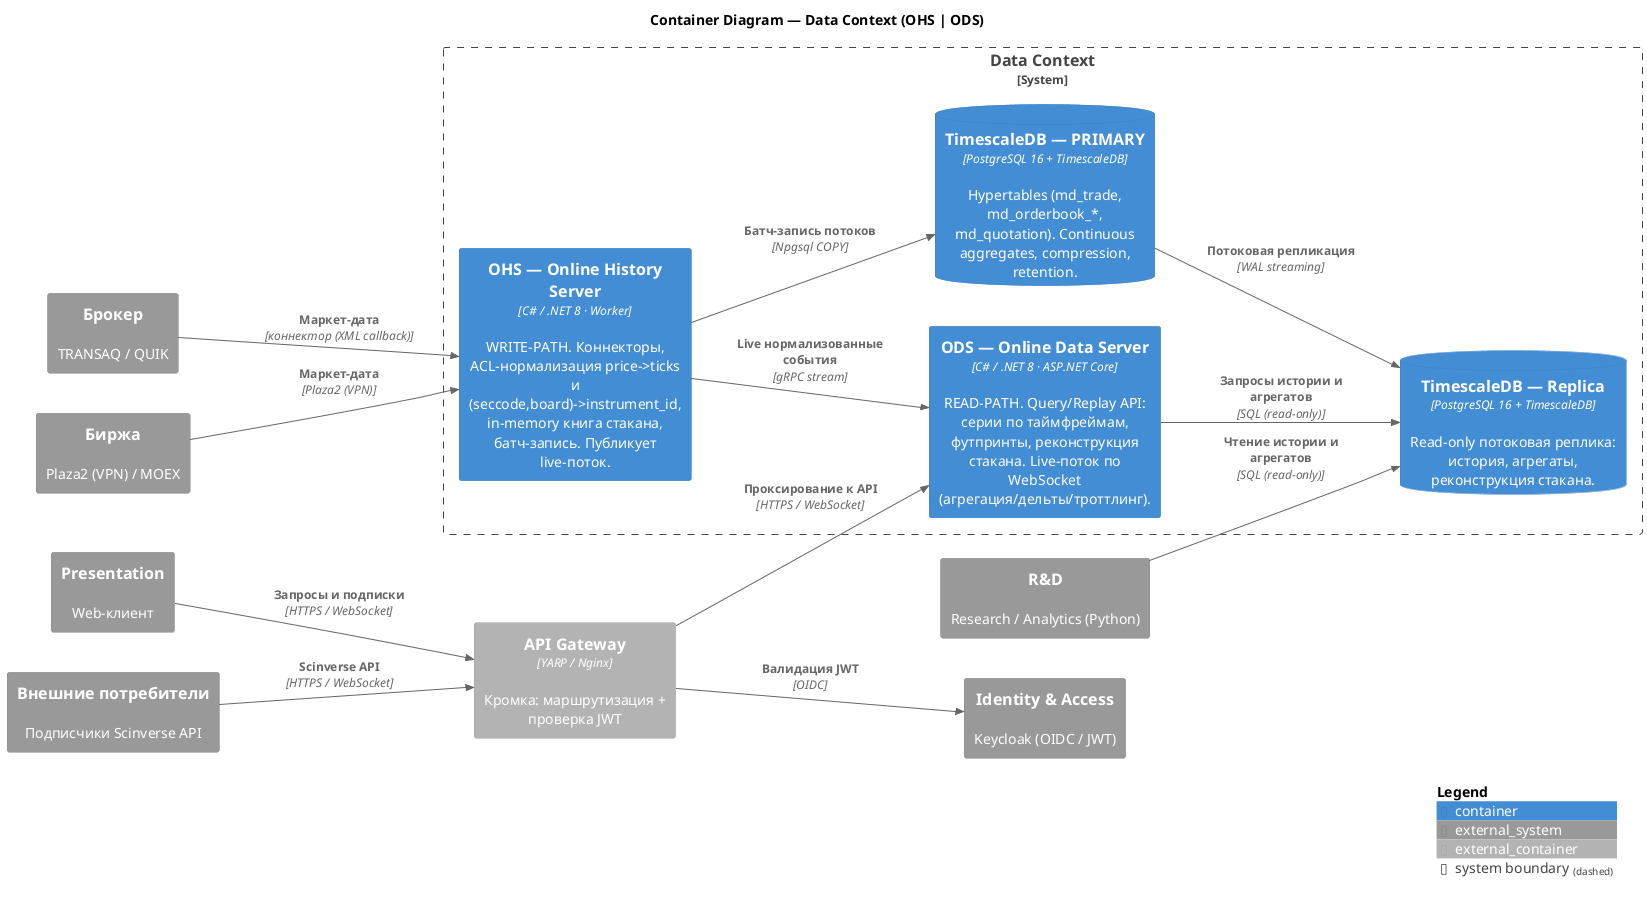
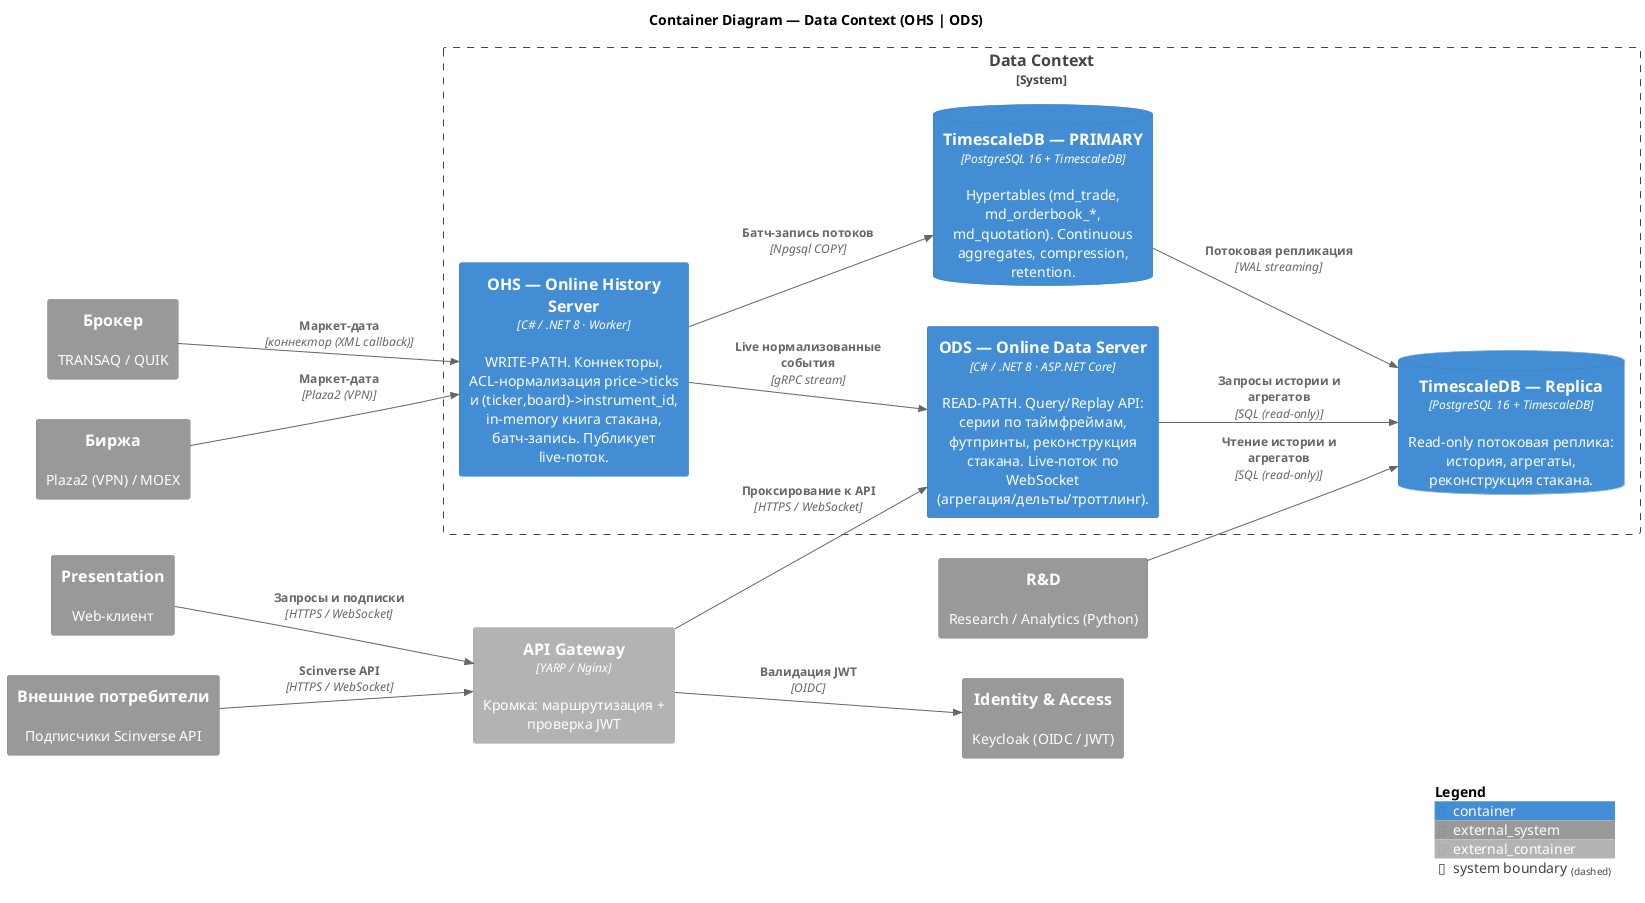
@startuml Scinverse_Container_DataContext
' C4 Level 2 — Container. Зум в bounded context "Data Context" (OHS | ODS).
' Рендер: PlantUML server (настроен в settings.json). C4-PlantUML — из встроенной stdlib.
!include <C4/C4_Container>

LAYOUT_LEFT_RIGHT()
skinparam nodesep 40
skinparam ranksep 90
skinparam wrapWidth 210

title Container Diagram — Data Context (OHS | ODS)

' --- Соседние контексты / внешние системы (за границей Data Context) ---
System_Ext(broker,   "Брокер", "TRANSAQ / QUIK")
System_Ext(exchange, "Биржа",  "Plaza2 (VPN) / MOEX")
System_Ext(iam,      "Identity & Access", "Keycloak (OIDC / JWT)")
System_Ext(present,  "Presentation", "Web-клиент")
System_Ext(rnd,      "R&D", "Research / Analytics (Python)")
System_Ext(consumer, "Внешние потребители", "Подписчики Scinverse API")

Container_Ext(gateway, "API Gateway", "YARP / Nginx", "Кромка: маршрутизация + проверка JWT")

System_Boundary(dataCtx, "Data Context") {

-     Container(ohs, "OHS — Online History Server", "C# / .NET 8 · Worker", "WRITE-PATH. Коннекторы, ACL-нормализация price->ticks и (seccode,board)->instrument_id, in-memory книга стакана, батч-запись. Публикует live-поток.")
+     Container(ohs, "OHS — Online History Server", "C# / .NET 8 · Worker", "WRITE-PATH. Коннекторы, ACL-нормализация price->ticks и (ticker,board)->instrument_id, in-memory книга стакана, батч-запись. Публикует live-поток.")

    ContainerDb(dbPrimary, "TimescaleDB — PRIMARY", "PostgreSQL 16 + TimescaleDB", "Hypertables (md_trade, md_orderbook_*, md_quotation). Continuous aggregates, compression, retention.")

    ContainerDb(dbReplica, "TimescaleDB — Replica", "PostgreSQL 16 + TimescaleDB", "Read-only потоковая реплика: история, агрегаты, реконструкция стакана.")

    Container(ods, "ODS — Online Data Server", "C# / .NET 8 · ASP.NET Core", "READ-PATH. Query/Replay API: серии по таймфреймам, футпринты, реконструкция стакана. Live-поток по WebSocket (агрегация/дельты/троттлинг).")
}

' --- Ingestion (write-path) ---
Rel(broker,   ohs, "Маркет-дата", "коннектор (XML callback)")
Rel(exchange, ohs, "Маркет-дата", "Plaza2 (VPN)")
Rel(ohs, dbPrimary, "Батч-запись потоков", "Npgsql COPY")

' --- Replication ---
Rel(dbPrimary, dbReplica, "Потоковая репликация", "WAL streaming")

' --- Read-path ---
Rel(ohs, ods, "Live нормализованные события", "gRPC stream")
Rel(ods, dbReplica, "Запросы истории и агрегатов", "SQL (read-only)")

' --- Edge + потребители ---
Rel(present,  gateway, "Запросы и подписки", "HTTPS / WebSocket")
Rel(consumer, gateway, "Scinverse API", "HTTPS / WebSocket")
Rel(gateway, ods, "Проксирование к API", "HTTPS / WebSocket")
Rel(gateway, iam, "Валидация JWT", "OIDC")

' --- R&D читает реплику напрямую ---
Rel(rnd, dbReplica, "Чтение истории и агрегатов", "SQL (read-only)")

SHOW_LEGEND()
@enduml
